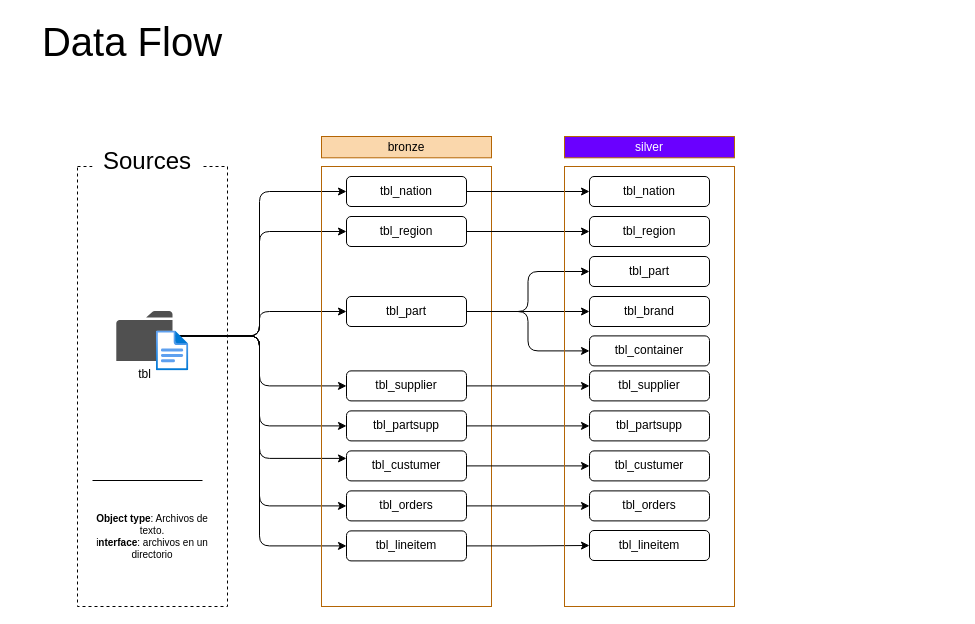
Above: docs/dataflow.drawio in CaletOrtiz/sql-datawarehouse-project (draw.io), before the change. Source tidied: cells renumbered, new cells numbered last; positions are measured from the earlier drawing's top-left corner, leaving out a move shared by most shapes. Both pictures are drawn from the tidied source at 100%, with x=0, y=0 at pixel (17, 26).
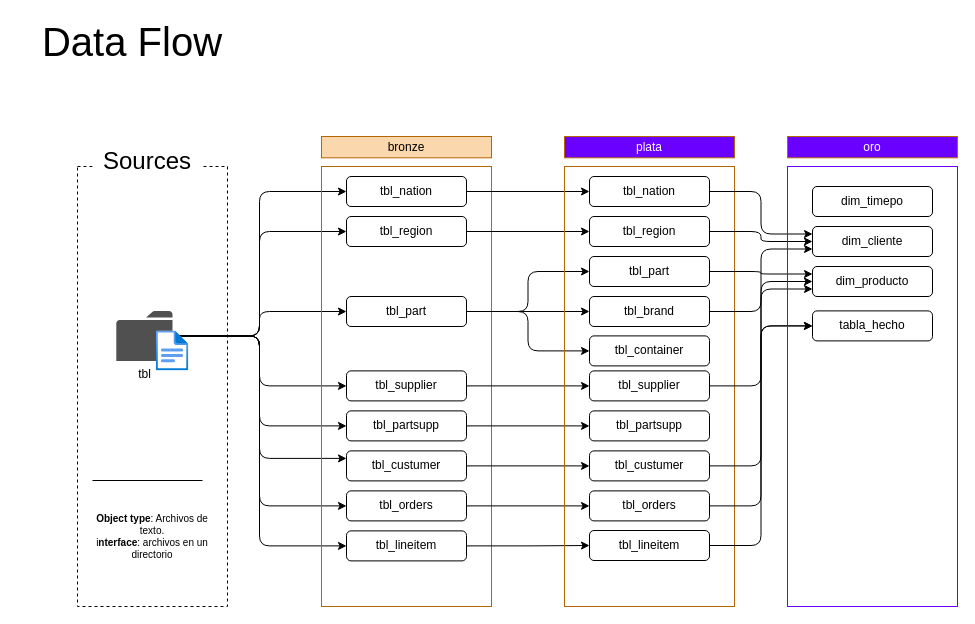
The same diagram, later.

Commit message (it also covers changes not shown here):
Update diagrams and documentation for ORO schema; adjust dimensions, add new entities, and clarify ETL validation details

The change refers to these unchanged cells:
```xml
<mxCell id="39" value="tbl_nation" style="rounded=1;whiteSpace=wrap;html=1;" parent="1" vertex="1">
  <mxGeometry x="572" y="150" width="120" height="30" as="geometry" />
</mxCell>
<mxCell id="40" value="tbl_region" style="rounded=1;whiteSpace=wrap;html=1;" parent="1" vertex="1">
  <mxGeometry x="572" y="190" width="120" height="30" as="geometry" />
</mxCell>
<mxCell id="41" value="tbl_part" style="rounded=1;whiteSpace=wrap;html=1;" parent="1" vertex="1">
  <mxGeometry x="572" y="230" width="120" height="30" as="geometry" />
</mxCell>
<mxCell id="42" value="tbl_brand" style="rounded=1;whiteSpace=wrap;html=1;" parent="1" vertex="1">
  <mxGeometry x="572" y="270" width="120" height="30" as="geometry" />
</mxCell>
<mxCell id="43" value="tbl_supplier" style="rounded=1;whiteSpace=wrap;html=1;" parent="1" vertex="1">
  <mxGeometry x="572" y="344.4" width="120" height="30" as="geometry" />
</mxCell>
<mxCell id="45" value="tbl_custumer" style="rounded=1;whiteSpace=wrap;html=1;" parent="1" vertex="1">
  <mxGeometry x="572" y="424.4" width="120" height="30" as="geometry" />
</mxCell>
<mxCell id="46" value="tbl_orders" style="rounded=1;whiteSpace=wrap;html=1;" parent="1" vertex="1">
  <mxGeometry x="572" y="464.4" width="120" height="30" as="geometry" />
</mxCell>
<mxCell id="48" value="tbl_lineitem" style="rounded=1;whiteSpace=wrap;html=1;" parent="1" vertex="1">
  <mxGeometry x="572" y="504" width="120" height="30" as="geometry" />
</mxCell>
```

What changed in the source:
```diff
@@
-    <mxCell id="37" value="silver" style="rounded=0;whiteSpace=wrap;html=1;fillColor=light-dark(#6A00FF,#C3ABD0);strokeColor=light-dark(#B46504,#B3B3B3);fontColor=#ffffff;" parent="1" vertex="1">
+    <mxCell id="37" value="plata" style="rounded=0;whiteSpace=wrap;html=1;fillColor=light-dark(#6A00FF,#C3ABD0);strokeColor=light-dark(#B46504,#B3B3B3);fontColor=#ffffff;" parent="1" vertex="1">
       <mxGeometry x="547" y="110" width="170" height="21.3" as="geometry" />
     </mxCell>
@@
+    <mxCell id="49" style="edgeStyle=orthogonalEdgeStyle;rounded=1;jettySize=auto;html=1;entryX=0;entryY=0.25;entryDx=0;entryDy=0;curved=0;" parent="1" edge="1" source="39" target="60">
+      <mxGeometry relative="1" as="geometry" />
+    </mxCell>
@@
+    <mxCell id="50" style="edgeStyle=orthogonalEdgeStyle;rounded=1;jettySize=auto;html=1;entryX=0;entryY=0.5;entryDx=0;entryDy=0;curved=0;" parent="1" edge="1" source="40" target="60">
+      <mxGeometry relative="1" as="geometry" />
+    </mxCell>
@@
+    <mxCell id="51" style="edgeStyle=orthogonalEdgeStyle;rounded=1;jettySize=auto;html=1;entryX=0;entryY=0.25;entryDx=0;entryDy=0;curved=0;" parent="1" edge="1" source="41" target="61">
+      <mxGeometry relative="1" as="geometry" />
+    </mxCell>
@@
+    <mxCell id="52" style="edgeStyle=orthogonalEdgeStyle;rounded=1;jettySize=auto;html=1;entryX=0;entryY=0.5;entryDx=0;entryDy=0;curved=0;" parent="1" edge="1" source="42" target="61">
+      <mxGeometry relative="1" as="geometry" />
+    </mxCell>
@@
+    <mxCell id="53" style="edgeStyle=orthogonalEdgeStyle;rounded=1;jettySize=auto;html=1;entryX=0;entryY=0.75;entryDx=0;entryDy=0;curved=0;" parent="1" edge="1" source="43" target="61">
+      <mxGeometry relative="1" as="geometry" />
+    </mxCell>
@@
+    <mxCell id="54" style="edgeStyle=orthogonalEdgeStyle;rounded=1;jettySize=auto;html=1;entryX=0;entryY=0.75;entryDx=0;entryDy=0;curved=0;" parent="1" edge="1" source="45" target="60">
+      <mxGeometry relative="1" as="geometry" />
+    </mxCell>
@@
+    <mxCell id="55" style="edgeStyle=orthogonalEdgeStyle;rounded=1;jettySize=auto;html=1;entryX=0;entryY=0.5;entryDx=0;entryDy=0;curved=0;" parent="1" edge="1" source="46" target="62">
+      <mxGeometry relative="1" as="geometry" />
+    </mxCell>
@@
+    <mxCell id="56" style="edgeStyle=orthogonalEdgeStyle;rounded=1;jettySize=auto;html=1;entryX=0;entryY=0.5;entryDx=0;entryDy=0;curved=0;" parent="1" edge="1" source="48" target="62">
+      <mxGeometry relative="1" as="geometry" />
+    </mxCell>
@@
+    <mxCell id="57" value="oro" style="rounded=0;whiteSpace=wrap;html=1;fillColor=light-dark(#6A00FF,#FFFF00);strokeColor=light-dark(#B46504,#B3B3B3);fontColor=#ffffff;" parent="1" vertex="1">
+      <mxGeometry x="770" y="110" width="170" height="21.3" as="geometry" />
+    </mxCell>
+    <mxCell id="58" style="rounded=0;whiteSpace=wrap;html=1;fillColor=none;strokeColor=light-dark(#6A00FF,#FFFF00);" parent="1" vertex="1">
+      <mxGeometry x="770" y="140" width="170" height="440" as="geometry" />
+    </mxCell>
+    <mxCell id="59" value="dim_timepo" style="rounded=1;whiteSpace=wrap;html=1;" parent="1" vertex="1">
+      <mxGeometry x="795" y="160" width="120" height="30" as="geometry" />
+    </mxCell>
+    <mxCell id="60" value="dim_cliente" style="rounded=1;whiteSpace=wrap;html=1;" parent="1" vertex="1">
+      <mxGeometry x="795" y="200" width="120" height="30" as="geometry" />
+    </mxCell>
+    <mxCell id="61" value="dim_producto" style="rounded=1;whiteSpace=wrap;html=1;" parent="1" vertex="1">
+      <mxGeometry x="795" y="240" width="120" height="30" as="geometry" />
+    </mxCell>
+    <mxCell id="62" value="tabla_hecho" style="rounded=1;whiteSpace=wrap;html=1;" parent="1" vertex="1">
+      <mxGeometry x="795" y="284.4" width="120" height="30" as="geometry" />
+    </mxCell>
```
